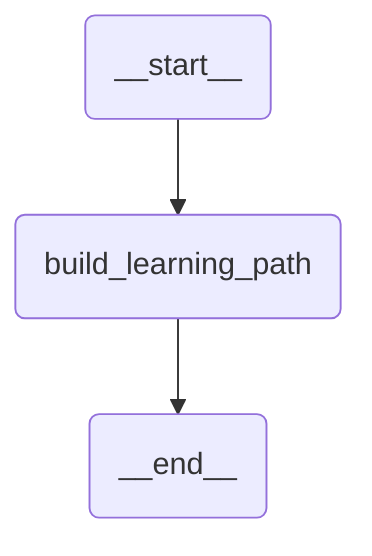
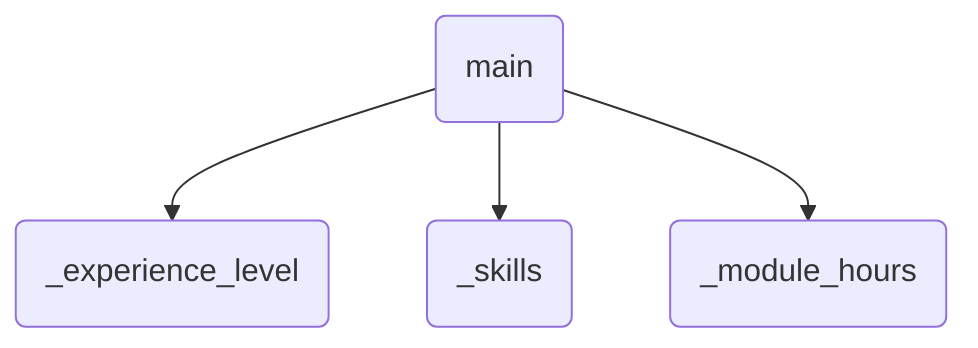
%% AUTO-GENERATED by `uipath init`. Do not edit manually.
%% Regenerated on every `uipath init`.
flowchart TB
-   __start__(__start__)
-   build_learning_path(build_learning_path)
-   __end__(__end__)
-   __start__ --> build_learning_path
-   build_learning_path --> __end__
+   main.py:69(main)
+   main.py:24(_experience_level)
+   main.py:36(_skills)
+   main.py:32(_module_hours)
+   main.py:69 --> main.py:24
+   main.py:69 --> main.py:36
+   main.py:69 --> main.py:32
